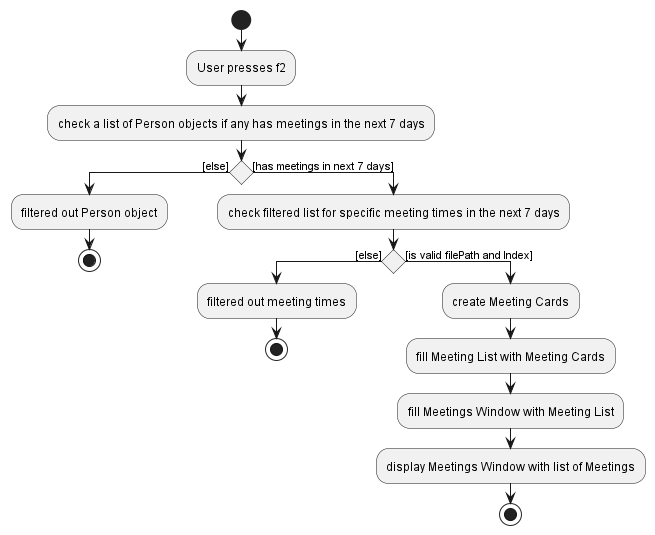
This is docs/images/DeveloperGuide/UpcomingMeetings/UpcomingMeetingActivityDiagram.png from nus-cs2103-AY2223S1/tp, a PlantUML export, as it was before one commit. Its diagram source:
```plantuml
@startuml
!pragma useVerticalIf on

start
:User presses f2;

:check a list of Person objects if any has meetings in the next 7 days;
if() then ([else])
:filtered out Person object;
stop

else ([has meetings in next 7 days])
:check filtered list for specific meeting times in the next 7 days;
if() then ([else])
:filtered out meeting times;
stop

else ([is valid filePath and Index])
:create Meeting Cards;
:fill Meeting List with Meeting Cards;
:fill Meetings Window with Meeting List;
:display Meetings Window with list of Meetings;
stop

@enduml
```
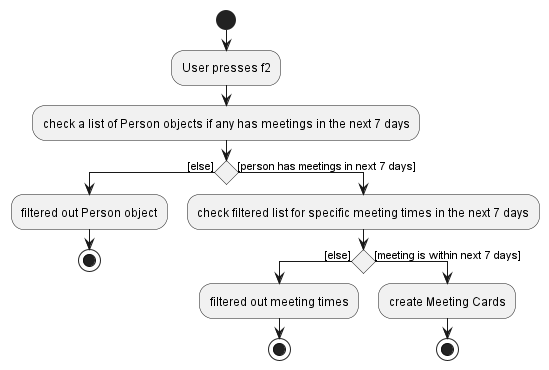
Above is the later version.

What changed in the source:
```diff
@@ -9,17 +9,14 @@
 :filtered out Person object;
 stop
 
-else ([has meetings in next 7 days])
+else ([person has meetings in next 7 days])
 :check filtered list for specific meeting times in the next 7 days;
 if() then ([else])
 :filtered out meeting times;
 stop
 
-else ([is valid filePath and Index])
+else ([meeting is within next 7 days])
 :create Meeting Cards;
-:fill Meeting List with Meeting Cards;
-:fill Meetings Window with Meeting List;
-:display Meetings Window with list of Meetings;
 stop
 
 @enduml
```
